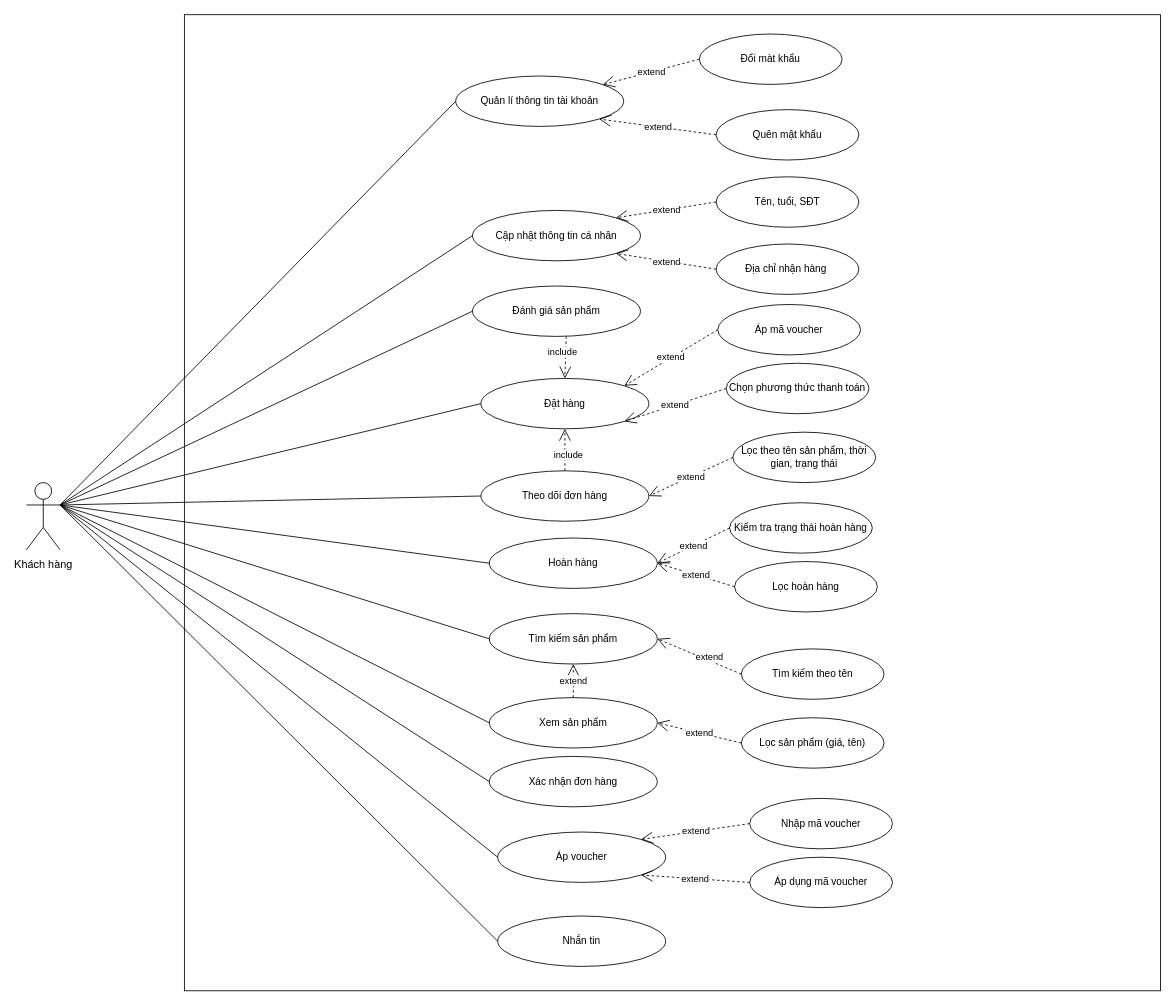
Above: page "người dùng" (2 of 5) of Biểu đồ không có tiêu đề.drawio in wuyanh24/ahihi (draw.io), before the change. Source tidied: cells renumbered, new cells numbered last; positions are measured from the earlier drawing's top-left corner, leaving out a move shared by most shapes. Both pictures are drawn from the tidied source at 84%, with x=0, y=0 at pixel (26, 14).
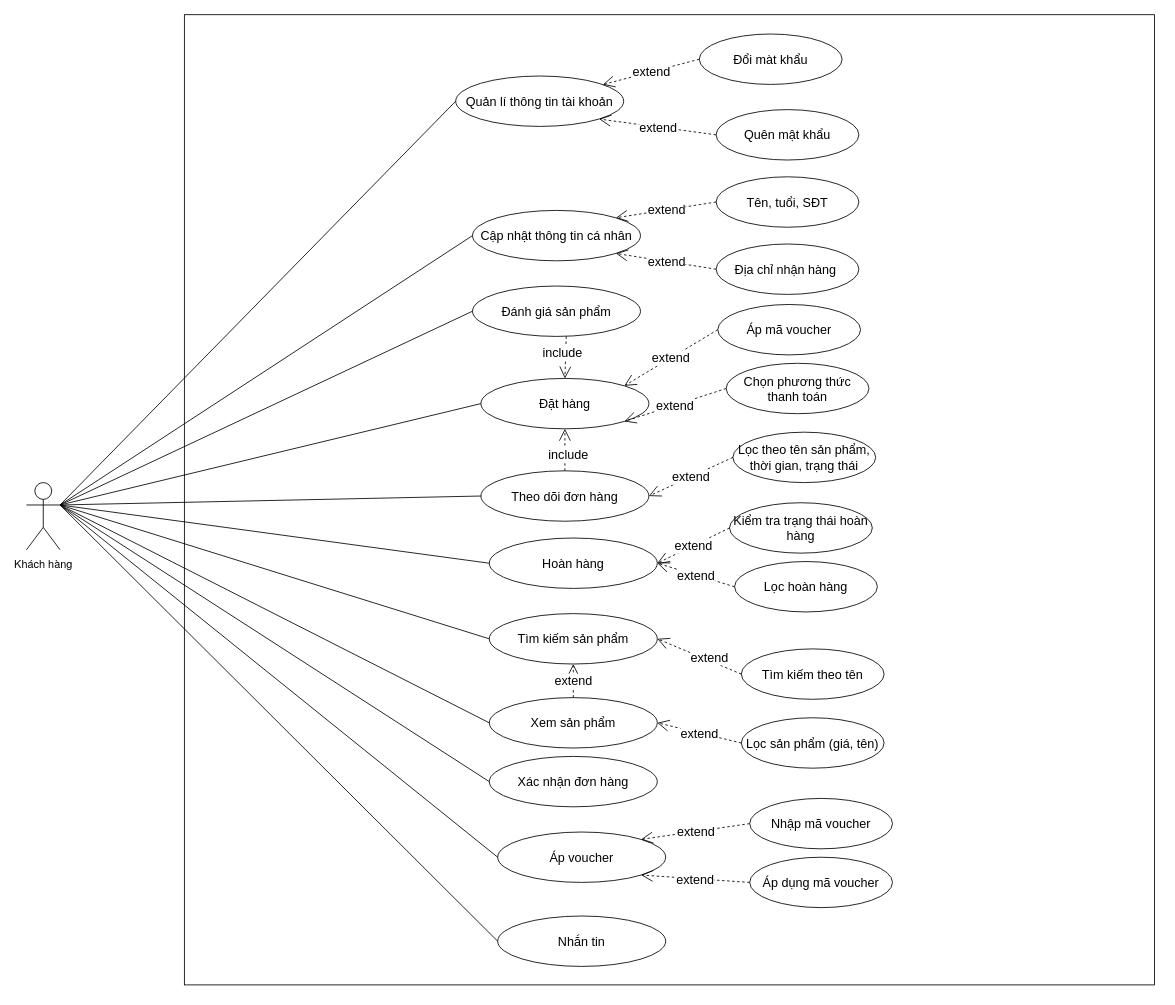
Above is the later version.

Commit message (it also covers changes not shown here):
Cập nhật Biểu đồ không có tiêu đề.drawio

What changed in the source:
```diff
@@
     <mxCell id="2" style="whiteSpace=wrap;html=1;" parent="1" vertex="1">
-      <mxGeometry x="188" width="1162" height="1162" as="geometry" />
+      <mxGeometry x="188" width="1155" height="1155" as="geometry" />
     </mxCell>
-    <mxCell id="3" value="Quản lí thông tin tài khoản" style="ellipse;whiteSpace=wrap;html=1;" parent="1" vertex="1">
+    <mxCell id="3" value="Quản lí thông tin tài khoản" style="ellipse;whiteSpace=wrap;html=1;fontSize=15;" parent="1" vertex="1">
       <mxGeometry x="511" y="73" width="200" height="60" as="geometry" />
     </mxCell>
@@
-    <mxCell id="5" value="Đổi màt khẩu" style="ellipse;whiteSpace=wrap;html=1;" parent="1" vertex="1">
+    <mxCell id="5" value="Đổi màt khẩu" style="ellipse;whiteSpace=wrap;html=1;fontSize=15;" parent="1" vertex="1">
       <mxGeometry x="801" y="23" width="170" height="60" as="geometry" />
     </mxCell>
-    <mxCell id="6" value="Quên mật khẩu" style="ellipse;whiteSpace=wrap;html=1;" parent="1" vertex="1">
+    <mxCell id="6" value="Quên mật khẩu" style="ellipse;whiteSpace=wrap;html=1;fontSize=15;" parent="1" vertex="1">
       <mxGeometry x="821" y="113" width="170" height="60" as="geometry" />
     </mxCell>
-    <mxCell id="7" value="Cập nhật thông tin cá nhân" style="ellipse;whiteSpace=wrap;html=1;" parent="1" vertex="1">
+    <mxCell id="7" value="Cập nhật thông tin cá nhân" style="ellipse;whiteSpace=wrap;html=1;fontSize=15;" parent="1" vertex="1">
       <mxGeometry x="531" y="233" width="200" height="60" as="geometry" />
     </mxCell>
-    <mxCell id="8" value="Tên, tuổi, SĐT" style="ellipse;whiteSpace=wrap;html=1;" parent="1" vertex="1">
+    <mxCell id="8" value="Tên, tuổi, SĐT" style="ellipse;whiteSpace=wrap;html=1;fontSize=15;" parent="1" vertex="1">
       <mxGeometry x="821" y="193" width="170" height="60" as="geometry" />
     </mxCell>
-    <mxCell id="9" value="Địa chỉ nhận hàng&amp;nbsp;" style="ellipse;whiteSpace=wrap;html=1;" parent="1" vertex="1">
+    <mxCell id="9" value="Địa chỉ nhận hàng&amp;nbsp;" style="ellipse;whiteSpace=wrap;html=1;fontSize=15;" parent="1" vertex="1">
       <mxGeometry x="821" y="273" width="170" height="60" as="geometry" />
     </mxCell>
-    <mxCell id="10" value="Đánh giá sản phẩm" style="ellipse;whiteSpace=wrap;html=1;" parent="1" vertex="1">
+    <mxCell id="10" value="Đánh giá sản phẩm" style="ellipse;whiteSpace=wrap;html=1;fontSize=15;" parent="1" vertex="1">
       <mxGeometry x="531" y="323" width="200" height="60" as="geometry" />
     </mxCell>
-    <mxCell id="11" value="Đặt hàng" style="ellipse;whiteSpace=wrap;html=1;" parent="1" vertex="1">
+    <mxCell id="11" value="Đặt hàng" style="ellipse;whiteSpace=wrap;html=1;fontSize=15;" parent="1" vertex="1">
       <mxGeometry x="541" y="433" width="200" height="60" as="geometry" />
     </mxCell>
-    <mxCell id="12" value="Theo dõi đơn hàng" style="ellipse;whiteSpace=wrap;html=1;" parent="1" vertex="1">
+    <mxCell id="12" value="Theo dõi đơn hàng" style="ellipse;whiteSpace=wrap;html=1;fontSize=15;" parent="1" vertex="1">
       <mxGeometry x="541" y="543" width="200" height="60" as="geometry" />
     </mxCell>
-    <mxCell id="13" value="Hoàn hàng" style="ellipse;whiteSpace=wrap;html=1;" parent="1" vertex="1">
+    <mxCell id="13" value="Hoàn hàng" style="ellipse;whiteSpace=wrap;html=1;fontSize=15;" parent="1" vertex="1">
       <mxGeometry x="551" y="623" width="200" height="60" as="geometry" />
     </mxCell>
-    <mxCell id="14" value="Tìm kiếm sản phẩm" style="ellipse;whiteSpace=wrap;html=1;" parent="1" vertex="1">
+    <mxCell id="14" value="Tìm kiếm sản phẩm" style="ellipse;whiteSpace=wrap;html=1;fontSize=15;" parent="1" vertex="1">
       <mxGeometry x="551" y="713" width="200" height="60" as="geometry" />
     </mxCell>
-    <mxCell id="15" value="Áp voucher" style="ellipse;whiteSpace=wrap;html=1;" parent="1" vertex="1">
+    <mxCell id="15" value="Áp voucher" style="ellipse;whiteSpace=wrap;html=1;fontSize=15;" parent="1" vertex="1">
       <mxGeometry x="561" y="973" width="200" height="60" as="geometry" />
     </mxCell>
-    <mxCell id="16" value="Xác nhận đơn hàng" style="ellipse;whiteSpace=wrap;html=1;" parent="1" vertex="1">
+    <mxCell id="16" value="Xác nhận đơn hàng" style="ellipse;whiteSpace=wrap;html=1;fontSize=15;" parent="1" vertex="1">
       <mxGeometry x="551" y="883" width="200" height="60" as="geometry" />
     </mxCell>
-    <mxCell id="17" value="Xem sản phẩm" style="ellipse;whiteSpace=wrap;html=1;" parent="1" vertex="1">
+    <mxCell id="17" value="Xem sản phẩm" style="ellipse;whiteSpace=wrap;html=1;fontSize=15;" parent="1" vertex="1">
       <mxGeometry x="551" y="813" width="200" height="60" as="geometry" />
     </mxCell>
-    <mxCell id="18" value="Nhắn tin" style="ellipse;whiteSpace=wrap;html=1;" parent="1" vertex="1">
+    <mxCell id="18" value="Nhắn tin" style="ellipse;whiteSpace=wrap;html=1;fontSize=15;" parent="1" vertex="1">
       <mxGeometry x="561" y="1073" width="200" height="60" as="geometry" />
     </mxCell>
-    <mxCell id="19" value="Chọn phương thức thanh toán" style="ellipse;whiteSpace=wrap;html=1;" parent="1" vertex="1">
+    <mxCell id="19" value="Chọn phương thức thanh toán" style="ellipse;whiteSpace=wrap;html=1;fontSize=15;" parent="1" vertex="1">
       <mxGeometry x="833" y="415" width="170" height="60" as="geometry" />
     </mxCell>
-    <mxCell id="20" value="Áp mã voucher" style="ellipse;whiteSpace=wrap;html=1;" parent="1" vertex="1">
+    <mxCell id="20" value="Áp mã voucher" style="ellipse;whiteSpace=wrap;html=1;fontSize=15;" parent="1" vertex="1">
       <mxGeometry x="823" y="345" width="170" height="60" as="geometry" />
     </mxCell>
-    <mxCell id="21" value="Tìm kiếm theo tên" style="ellipse;whiteSpace=wrap;html=1;" parent="1" vertex="1">
+    <mxCell id="21" value="Tìm kiếm theo tên" style="ellipse;whiteSpace=wrap;html=1;fontSize=15;" parent="1" vertex="1">
       <mxGeometry x="851" y="755" width="170" height="60" as="geometry" />
     </mxCell>
-    <mxCell id="22" value="Lọc sản phẩm (giá, tên)" style="ellipse;whiteSpace=wrap;html=1;" parent="1" vertex="1">
+    <mxCell id="22" value="Lọc sản phẩm (giá, tên)" style="ellipse;whiteSpace=wrap;html=1;fontSize=15;" parent="1" vertex="1">
       <mxGeometry x="851" y="837" width="170" height="60" as="geometry" />
     </mxCell>
-    <mxCell id="23" value="Nhập mã voucher" style="ellipse;whiteSpace=wrap;html=1;" parent="1" vertex="1">
+    <mxCell id="23" value="Nhập mã voucher" style="ellipse;whiteSpace=wrap;html=1;fontSize=15;" parent="1" vertex="1">
       <mxGeometry x="861" y="933" width="170" height="60" as="geometry" />
     </mxCell>
-    <mxCell id="24" value="Áp dụng mã voucher" style="ellipse;whiteSpace=wrap;html=1;" parent="1" vertex="1">
+    <mxCell id="24" value="Áp dụng mã voucher" style="ellipse;whiteSpace=wrap;html=1;fontSize=15;" parent="1" vertex="1">
       <mxGeometry x="861" y="1003" width="170" height="60" as="geometry" />
     </mxCell>
@@
-    <mxCell id="36" value="extend" style="endArrow=open;endSize=12;dashed=1;html=1;rounded=0;exitX=0;exitY=0.5;exitDx=0;exitDy=0;" parent="1" edge="1" source="5" target="3">
+    <mxCell id="36" value="extend" style="endArrow=open;endSize=12;dashed=1;html=1;rounded=0;exitX=0;exitY=0.5;exitDx=0;exitDy=0;fontSize=15;" parent="1" edge="1" source="5" target="3">
       <mxGeometry relative="1" as="geometry" />
     </mxCell>
-    <mxCell id="37" value="extend" style="endArrow=open;endSize=12;dashed=1;html=1;rounded=0;entryX=1;entryY=1;entryDx=0;entryDy=0;exitX=0;exitY=0.5;exitDx=0;exitDy=0;" parent="1" edge="1" source="6" target="3">
+    <mxCell id="37" value="extend" style="endArrow=open;endSize=12;dashed=1;html=1;rounded=0;entryX=1;entryY=1;entryDx=0;entryDy=0;exitX=0;exitY=0.5;exitDx=0;exitDy=0;fontSize=15;" parent="1" edge="1" source="6" target="3">
       <mxGeometry relative="1" as="geometry" />
     </mxCell>
-    <mxCell id="38" value="extend" style="endArrow=open;endSize=12;dashed=1;html=1;rounded=0;entryX=1;entryY=0;entryDx=0;entryDy=0;exitX=0;exitY=0.5;exitDx=0;exitDy=0;" parent="1" edge="1" source="8" target="7">
+    <mxCell id="38" value="extend" style="endArrow=open;endSize=12;dashed=1;html=1;rounded=0;entryX=1;entryY=0;entryDx=0;entryDy=0;exitX=0;exitY=0.5;exitDx=0;exitDy=0;fontSize=15;" parent="1" edge="1" source="8" target="7">
       <mxGeometry relative="1" as="geometry" />
     </mxCell>
-    <mxCell id="39" value="extend" style="endArrow=open;endSize=12;dashed=1;html=1;rounded=0;entryX=1;entryY=1;entryDx=0;entryDy=0;exitX=0;exitY=0.5;exitDx=0;exitDy=0;" parent="1" edge="1" source="9" target="7">
+    <mxCell id="39" value="extend" style="endArrow=open;endSize=12;dashed=1;html=1;rounded=0;entryX=1;entryY=1;entryDx=0;entryDy=0;exitX=0;exitY=0.5;exitDx=0;exitDy=0;fontSize=15;" parent="1" edge="1" source="9" target="7">
       <mxGeometry relative="1" as="geometry" />
     </mxCell>
-    <mxCell id="40" value="extend" style="endArrow=open;endSize=12;dashed=1;html=1;rounded=0;entryX=1;entryY=0;entryDx=0;entryDy=0;exitX=0;exitY=0.5;exitDx=0;exitDy=0;" parent="1" edge="1" source="20" target="11">
+    <mxCell id="40" value="extend" style="endArrow=open;endSize=12;dashed=1;html=1;rounded=0;entryX=1;entryY=0;entryDx=0;entryDy=0;exitX=0;exitY=0.5;exitDx=0;exitDy=0;fontSize=15;" parent="1" edge="1" source="20" target="11">
       <mxGeometry relative="1" as="geometry" />
     </mxCell>
-    <mxCell id="41" value="extend" style="endArrow=open;endSize=12;dashed=1;html=1;rounded=0;entryX=1;entryY=1;entryDx=0;entryDy=0;exitX=0;exitY=0.5;exitDx=0;exitDy=0;" parent="1" edge="1" source="19" target="11">
+    <mxCell id="41" value="extend" style="endArrow=open;endSize=12;dashed=1;html=1;rounded=0;entryX=1;entryY=1;entryDx=0;entryDy=0;exitX=0;exitY=0.5;exitDx=0;exitDy=0;fontSize=15;" parent="1" edge="1" source="19" target="11">
       <mxGeometry relative="1" as="geometry" />
     </mxCell>
-    <mxCell id="42" value="extend" style="endArrow=open;endSize=12;dashed=1;html=1;rounded=0;entryX=1;entryY=0.5;entryDx=0;entryDy=0;exitX=0;exitY=0.5;exitDx=0;exitDy=0;" parent="1" edge="1" source="21" target="14">
+    <mxCell id="42" value="extend" style="endArrow=open;endSize=12;dashed=1;html=1;rounded=0;entryX=1;entryY=0.5;entryDx=0;entryDy=0;exitX=0;exitY=0.5;exitDx=0;exitDy=0;fontSize=15;" parent="1" edge="1" source="21" target="14">
       <mxGeometry x="-0.21" y="-4" relative="1" as="geometry" />
     </mxCell>
-    <mxCell id="43" value="extend" style="endArrow=open;endSize=12;dashed=1;html=1;rounded=0;entryX=1;entryY=0.5;entryDx=0;entryDy=0;exitX=0;exitY=0.5;exitDx=0;exitDy=0;" parent="1" edge="1" source="22" target="17">
+    <mxCell id="43" value="extend" style="endArrow=open;endSize=12;dashed=1;html=1;rounded=0;entryX=1;entryY=0.5;entryDx=0;entryDy=0;exitX=0;exitY=0.5;exitDx=0;exitDy=0;fontSize=15;" parent="1" edge="1" source="22" target="17">
       <mxGeometry relative="1" as="geometry" />
     </mxCell>
-    <mxCell id="44" value="extend" style="endArrow=open;endSize=12;dashed=1;html=1;rounded=0;entryX=1;entryY=0;entryDx=0;entryDy=0;exitX=0;exitY=0.5;exitDx=0;exitDy=0;" parent="1" edge="1" source="23" target="15">
+    <mxCell id="44" value="extend" style="endArrow=open;endSize=12;dashed=1;html=1;rounded=0;entryX=1;entryY=0;entryDx=0;entryDy=0;exitX=0;exitY=0.5;exitDx=0;exitDy=0;fontSize=15;" parent="1" edge="1" source="23" target="15">
       <mxGeometry relative="1" as="geometry" />
     </mxCell>
-    <mxCell id="45" value="extend" style="endArrow=open;endSize=12;dashed=1;html=1;rounded=0;entryX=1;entryY=1;entryDx=0;entryDy=0;exitX=0;exitY=0.5;exitDx=0;exitDy=0;" parent="1" edge="1" source="24" target="15">
+    <mxCell id="45" value="extend" style="endArrow=open;endSize=12;dashed=1;html=1;rounded=0;entryX=1;entryY=1;entryDx=0;entryDy=0;exitX=0;exitY=0.5;exitDx=0;exitDy=0;fontSize=15;" parent="1" edge="1" source="24" target="15">
       <mxGeometry relative="1" as="geometry" />
     </mxCell>
-    <mxCell id="46" value="extend" style="endArrow=open;endSize=12;dashed=1;html=1;rounded=0;entryX=0.5;entryY=1;entryDx=0;entryDy=0;exitX=0.5;exitY=0;exitDx=0;exitDy=0;" parent="1" edge="1" source="17" target="14">
+    <mxCell id="46" value="extend" style="endArrow=open;endSize=12;dashed=1;html=1;rounded=0;entryX=0.5;entryY=1;entryDx=0;entryDy=0;exitX=0.5;exitY=0;exitDx=0;exitDy=0;fontSize=15;" parent="1" edge="1" source="17" target="14">
       <mxGeometry relative="1" as="geometry" />
     </mxCell>
-    <mxCell id="47" value="include" style="endArrow=open;endSize=12;dashed=1;html=1;rounded=0;entryX=0.5;entryY=1;entryDx=0;entryDy=0;exitX=0.5;exitY=0;exitDx=0;exitDy=0;" parent="1" edge="1" source="12" target="11">
+    <mxCell id="47" value="include" style="endArrow=open;endSize=12;dashed=1;html=1;rounded=0;entryX=0.5;entryY=1;entryDx=0;entryDy=0;exitX=0.5;exitY=0;exitDx=0;exitDy=0;fontSize=15;" parent="1" edge="1" source="12" target="11">
       <mxGeometry x="-0.23" y="-4" relative="1" as="geometry" />
     </mxCell>
-    <mxCell id="48" value="include" style="endArrow=open;endSize=12;dashed=1;html=1;rounded=0;entryX=0.5;entryY=0;entryDx=0;entryDy=0;exitX=0.558;exitY=1;exitDx=0;exitDy=0;exitPerimeter=0;" parent="1" edge="1" source="10" target="11">
+    <mxCell id="48" value="include" style="endArrow=open;endSize=12;dashed=1;html=1;rounded=0;entryX=0.5;entryY=0;entryDx=0;entryDy=0;exitX=0.558;exitY=1;exitDx=0;exitDy=0;exitPerimeter=0;fontSize=15;" parent="1" edge="1" source="10" target="11">
       <mxGeometry x="-0.23" y="-4" relative="1" as="geometry" />
     </mxCell>
-    <mxCell id="49" value="Lọc theo tên sản phẩm, thời gian, trạng thái" style="ellipse;whiteSpace=wrap;html=1;" parent="1" vertex="1">
+    <mxCell id="49" value="Lọc theo tên sản phẩm, thời gian, trạng thái" style="ellipse;whiteSpace=wrap;html=1;fontSize=15;" parent="1" vertex="1">
       <mxGeometry x="841" y="497" width="170" height="60" as="geometry" />
     </mxCell>
-    <mxCell id="50" value="extend" style="endArrow=open;endSize=12;dashed=1;html=1;rounded=0;entryX=1;entryY=0.5;entryDx=0;entryDy=0;exitX=0;exitY=0.5;exitDx=0;exitDy=0;" parent="1" edge="1" source="49" target="12">
+    <mxCell id="50" value="extend" style="endArrow=open;endSize=12;dashed=1;html=1;rounded=0;entryX=1;entryY=0.5;entryDx=0;entryDy=0;exitX=0;exitY=0.5;exitDx=0;exitDy=0;fontSize=15;" parent="1" edge="1" source="49" target="12">
       <mxGeometry relative="1" as="geometry" />
     </mxCell>
-    <mxCell id="51" value="Kiểm tra trạng thái hoàn hàng" style="ellipse;whiteSpace=wrap;html=1;" parent="1" vertex="1">
+    <mxCell id="51" value="Kiểm tra trạng thái hoàn hàng" style="ellipse;whiteSpace=wrap;html=1;fontSize=15;" parent="1" vertex="1">
       <mxGeometry x="837" y="581" width="170" height="60" as="geometry" />
     </mxCell>
-    <mxCell id="52" value="Lọc hoàn hàng" style="ellipse;whiteSpace=wrap;html=1;" parent="1" vertex="1">
+    <mxCell id="52" value="Lọc hoàn hàng" style="ellipse;whiteSpace=wrap;html=1;fontSize=15;" parent="1" vertex="1">
       <mxGeometry x="843" y="651" width="170" height="60" as="geometry" />
     </mxCell>
-    <mxCell id="53" value="extend" style="endArrow=open;endSize=12;dashed=1;html=1;rounded=0;entryX=1;entryY=0.5;entryDx=0;entryDy=0;exitX=0;exitY=0.5;exitDx=0;exitDy=0;" parent="1" edge="1" source="51" target="13">
+    <mxCell id="53" value="extend" style="endArrow=open;endSize=12;dashed=1;html=1;rounded=0;entryX=1;entryY=0.5;entryDx=0;entryDy=0;exitX=0;exitY=0.5;exitDx=0;exitDy=0;fontSize=15;" parent="1" edge="1" source="51" target="13">
       <mxGeometry relative="1" as="geometry" />
     </mxCell>
-    <mxCell id="54" value="extend" style="endArrow=open;endSize=12;dashed=1;html=1;rounded=0;entryX=1;entryY=0.5;entryDx=0;entryDy=0;exitX=0;exitY=0.5;exitDx=0;exitDy=0;" parent="1" edge="1" source="52" target="13">
+    <mxCell id="54" value="extend" style="endArrow=open;endSize=12;dashed=1;html=1;rounded=0;entryX=1;entryY=0.5;entryDx=0;entryDy=0;exitX=0;exitY=0.5;exitDx=0;exitDy=0;fontSize=15;" parent="1" edge="1" source="52" target="13">
       <mxGeometry relative="1" as="geometry" />
     </mxCell>
```
